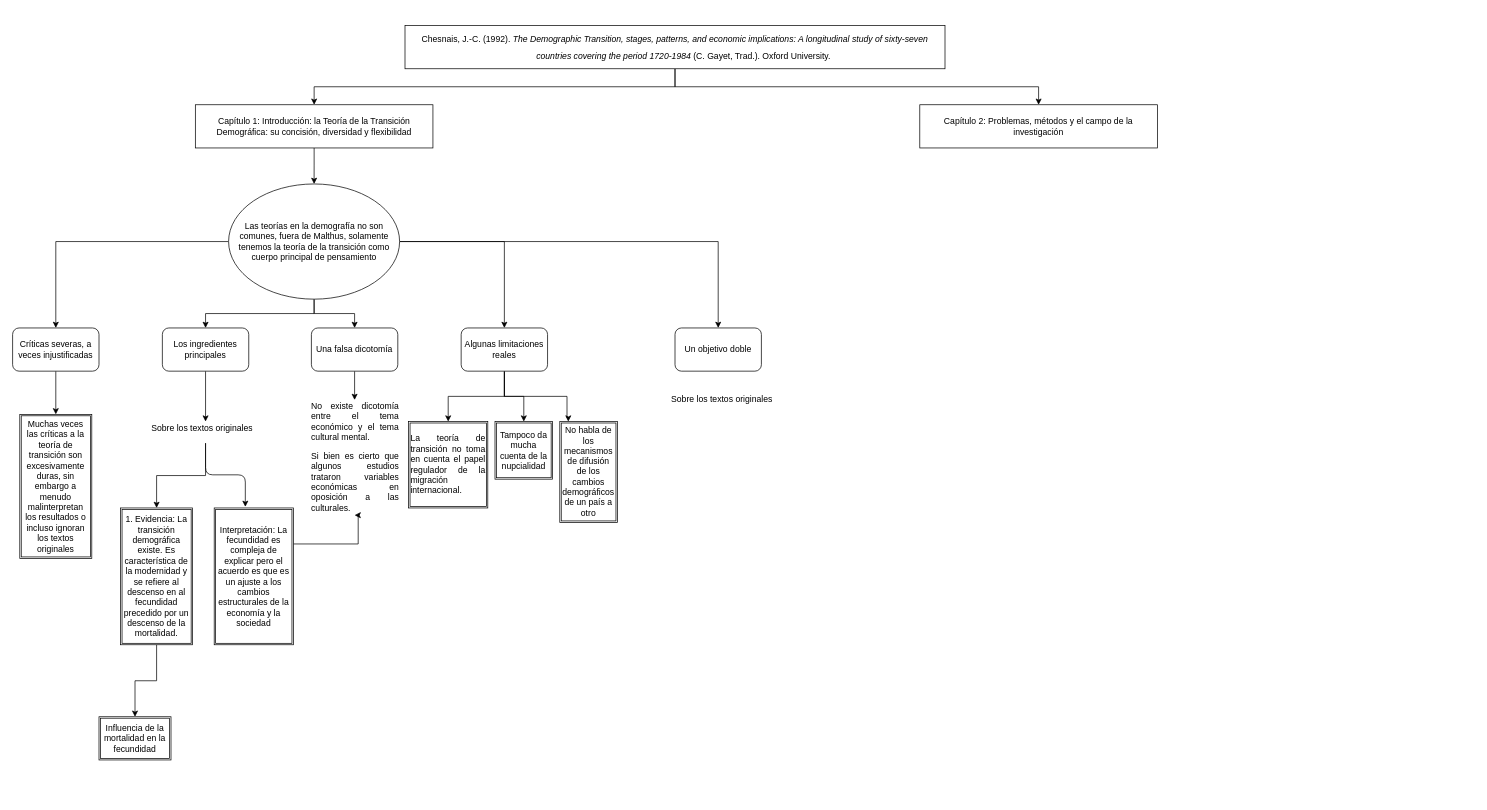
This is Untitled Diagram.drawio from hescalar/drawio, a draw.io file, before an edit. Source tidied: cells renumbered, new cells numbered last; positions are measured from the earlier drawing's top-left corner, leaving out a move shared by most shapes. Both pictures are drawn from the tidied source at 72%, with x=0, y=0 at pixel (12, 25).
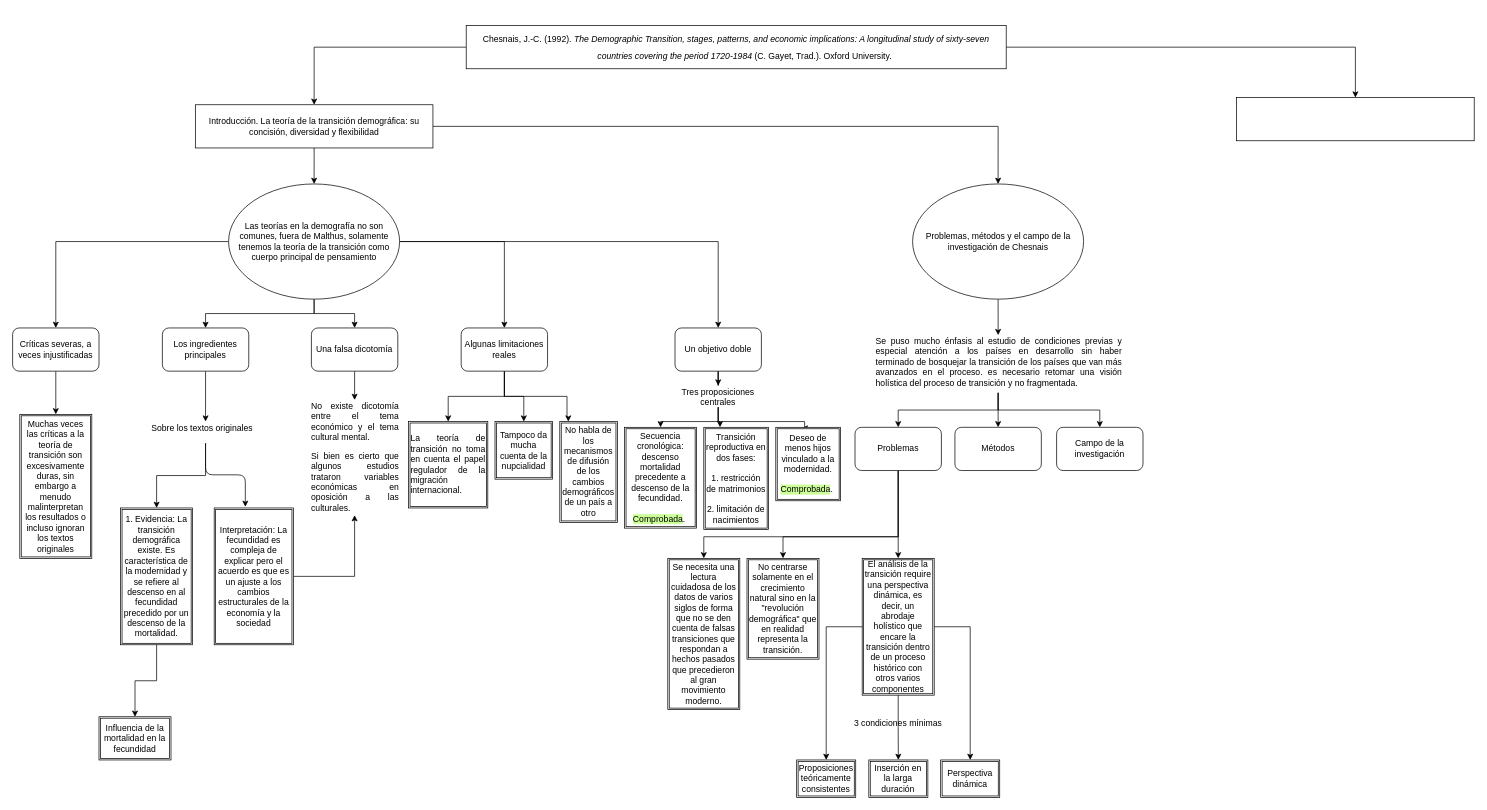
The same page after the edit.

The change refers to these unchanged cells:
```xml
<mxCell id="24" value="Un objetivo doble" style="rounded=1;whiteSpace=wrap;html=1;" parent="1" vertex="1">
  <mxGeometry x="920" y="420" width="120" height="60" as="geometry" />
</mxCell>
<mxCell id="32" value="Interpretación: La fecundidad es compleja de explicar pero el acuerdo es que es un ajuste a los cambios estructurales de la economía y la sociedad" style="shape=ext;double=1;whiteSpace=wrap;html=1;" parent="1" vertex="1">
  <mxGeometry x="280" y="670" width="110" height="190" as="geometry" />
</mxCell>
<mxCell id="34" value="&lt;p style=&quot;text-align: justify&quot;&gt;&lt;span style=&quot;font-size: 12px ; font-weight: normal ; line-height: 70%&quot;&gt;No existe dicotomía entre el tema económico y el tema cultural mental.&lt;/span&gt;&lt;/p&gt;&lt;p style=&quot;text-align: justify&quot;&gt;Si bien es cierto que algunos estudios trataron variables económicas en oposición a las culturales.&lt;/p&gt;&lt;p style=&quot;text-align: justify&quot;&gt;&lt;br&gt;&lt;/p&gt;" style="text;html=1;strokeColor=none;fillColor=none;spacing=5;spacingTop=-20;whiteSpace=wrap;overflow=hidden;rounded=0;" parent="1" vertex="1">
  <mxGeometry x="410" y="520" width="130" height="160" as="geometry" />
</mxCell>
```

What changed in the source:
```diff
@@
     <mxCell id="4" value="&lt;div class=&quot;csl-bib-body&quot; style=&quot;line-height: 2 ; margin-left: 2em ; text-indent: -2em&quot;&gt;&lt;br/&gt;  &lt;div class=&quot;csl-entry&quot;&gt;Chesnais, J.-C. (1992). &lt;i&gt;The Demographic Transition, stages, patterns, and economic implications: A longitudinal study of sixty-seven countries covering the period 1720-1984&lt;/i&gt; (C. Gayet, Trad.). Oxford University.&lt;/div&gt;&lt;br/&gt;  &lt;span class=&quot;Z3988&quot; title=&quot;url_ver=Z39.88-2004&amp;amp;ctx_ver=Z39.88-2004&amp;amp;rfr_id=info%3Asid%2Fzotero.org%3A2&amp;amp;rft_val_fmt=info%3Aofi%2Ffmt%3Akev%3Amtx%3Abook&amp;amp;rft.genre=book&amp;amp;rft.btitle=The%20Demographic%20Transition%2C%20stages%2C%20patterns%2C%20and%20economic%20implications%3A%20a%20longitudinal%20study%20of%20sixty-seven%20countries%20covering%20the%20period%201720-1984&amp;amp;rft.place=Clarendon%2C%20Oxfor&amp;amp;rft.publisher=Oxford%20University&amp;amp;rft.aufirst=Jean-Claude&amp;amp;rft.aulast=Chesnais&amp;amp;rft.au=Jean-Claude%20Chesnais&amp;amp;rft.au=Cecilia%20Gayet&amp;amp;rft.date=1992&amp;amp;rft.tpages=p.%201%20-%2025%20y%20p.%2026%20-%2027%20-%2046&quot;&gt;&lt;/span&gt;&lt;/div&gt;" style="rounded=0;whiteSpace=wrap;html=1;" parent="1" vertex="1">
-      <mxGeometry x="545" width="750" height="60" as="geometry" />
+      <mxGeometry x="630" width="750" height="60" as="geometry" />
     </mxCell>
@@
+    <mxCell id="39" style="edgeStyle=orthogonalEdgeStyle;rounded=0;jettySize=auto;html=1;" parent="1" edge="1" source="6" target="58">
+      <mxGeometry relative="1" as="geometry" />
+    </mxCell>
-    <mxCell id="6" value="Capítulo 1: Introducción: la Teoría de la Transición Demográfica: su concisión, diversidad y flexibilidad" style="rounded=0;whiteSpace=wrap;html=1;" parent="1" vertex="1">
+    <mxCell id="6" value="Introducción. La teoría de la transición demográfica: su concisión, diversidad y flexibilidad" style="rounded=0;whiteSpace=wrap;html=1;" parent="1" vertex="1">
       <mxGeometry x="253.8" y="110" width="330" height="60" as="geometry" />
     </mxCell>
-    <mxCell id="7" value="Capítulo 2: Problemas, métodos y el campo de la investigación" style="rounded=0;whiteSpace=wrap;html=1;" parent="1" vertex="1">
-      <mxGeometry x="1260" y="110" width="330" height="60" as="geometry" />
+    <mxCell id="7" style="rounded=0;whiteSpace=wrap;html=1;" parent="1" vertex="1">
+      <mxGeometry x="1700" y="100" width="330" height="60" as="geometry" />
     </mxCell>
@@
+    <mxCell id="40" style="edgeStyle=orthogonalEdgeStyle;rounded=0;jettySize=auto;html=1;entryX=0.5;entryY=0;entryDx=0;entryDy=0;" parent="1" edge="1" source="24" target="38">
+      <mxGeometry relative="1" as="geometry" />
+    </mxCell>
@@
     <mxCell id="31" style="edgeStyle=orthogonalEdgeStyle;rounded=0;jettySize=auto;html=1;entryX=0.5;entryY=1;entryDx=0;entryDy=0;" parent="1" edge="1" source="32" target="34">
-      <mxGeometry relative="1" as="geometry">
-        <Array as="points">
-          <mxPoint x="480" y="720" />
-        </Array>
-      </mxGeometry>
+      <mxGeometry relative="1" as="geometry" />
     </mxCell>
@@
+    <mxCell id="41" style="edgeStyle=orthogonalEdgeStyle;rounded=0;jettySize=auto;html=1;" parent="1" edge="1" source="38" target="44">
+      <mxGeometry relative="1" as="geometry" />
+    </mxCell>
+    <mxCell id="42" style="edgeStyle=orthogonalEdgeStyle;rounded=0;jettySize=auto;html=1;entryX=0.25;entryY=0;entryDx=0;entryDy=0;" parent="1" edge="1" source="38" target="45">
+      <mxGeometry relative="1" as="geometry" />
+    </mxCell>
+    <mxCell id="43" style="edgeStyle=orthogonalEdgeStyle;rounded=0;jettySize=auto;html=1;entryX=0.4;entryY=0.014;entryDx=0;entryDy=0;entryPerimeter=0;" parent="1" edge="1" source="38" target="46">
+      <mxGeometry relative="1" as="geometry">
+        <Array as="points">
+          <mxPoint x="980" y="550" />
+          <mxPoint x="1100" y="550" />
+        </Array>
+      </mxGeometry>
+    </mxCell>
-    <mxCell id="38" value="&lt;p style=&quot;text-align: justify&quot;&gt;&lt;span style=&quot;font-size: 12px ; font-weight: normal ; line-height: 70%&quot;&gt;Sobre los textos originales&lt;/span&gt;&lt;/p&gt;" style="text;html=1;strokeColor=none;fillColor=none;spacing=5;spacingTop=-20;whiteSpace=wrap;overflow=hidden;rounded=0;" parent="1" vertex="1">
-      <mxGeometry x="910" y="510" width="160" height="30" as="geometry" />
+    <mxCell id="38" value="&lt;p&gt;&lt;span style=&quot;font-size: 12px ; font-weight: normal ; line-height: 70%&quot;&gt;Tres proposiciones centrales&lt;/span&gt;&lt;/p&gt;" style="text;html=1;strokeColor=none;fillColor=none;spacing=5;spacingTop=-20;whiteSpace=wrap;overflow=hidden;rounded=0;align=center;" parent="1" vertex="1">
+      <mxGeometry x="900" y="500" width="160" height="30" as="geometry" />
     </mxCell>
+    <mxCell id="44" value="Secuencia cronológica: descenso mortalidad precedente a descenso de la fecundidad.&lt;br&gt;&lt;br&gt;&lt;span style=&quot;background-color: rgb(204 , 255 , 153)&quot;&gt;Comprobada&lt;/span&gt;.&amp;nbsp;" style="shape=ext;double=1;whiteSpace=wrap;html=1;" parent="1" vertex="1">
+      <mxGeometry x="850" y="558" width="100" height="140" as="geometry" />
+    </mxCell>
+    <mxCell id="45" value="Transición reproductiva en dos fases:&lt;br&gt;&lt;br&gt;&lt;span&gt;1. restricción de matrimonios&lt;br&gt;&lt;/span&gt;&lt;br&gt;&lt;span&gt;2. limitación de nacimientos&lt;/span&gt;" style="shape=ext;double=1;whiteSpace=wrap;html=1;" parent="1" vertex="1">
+      <mxGeometry x="960" y="558" width="90" height="142" as="geometry" />
+    </mxCell>
+    <mxCell id="46" value="Deseo de menos hijos vinculado a la modernidad.&lt;br&gt;&lt;br&gt;&lt;span style=&quot;background-color: rgb(204 , 255 , 153)&quot;&gt;Comprobada&lt;/span&gt;.&amp;nbsp;" style="shape=ext;double=1;whiteSpace=wrap;html=1;" parent="1" vertex="1">
+      <mxGeometry x="1060" y="558" width="90" height="102" as="geometry" />
+    </mxCell>
+    <mxCell id="47" style="edgeStyle=orthogonalEdgeStyle;rounded=0;jettySize=auto;html=1;" parent="1" edge="1" source="50" target="55">
+      <mxGeometry relative="1" as="geometry" />
+    </mxCell>
+    <mxCell id="48" style="edgeStyle=orthogonalEdgeStyle;rounded=0;jettySize=auto;html=1;entryX=0.5;entryY=0;entryDx=0;entryDy=0;" parent="1" edge="1" source="50" target="54">
+      <mxGeometry relative="1" as="geometry" />
+    </mxCell>
+    <mxCell id="49" style="edgeStyle=orthogonalEdgeStyle;rounded=0;jettySize=auto;html=1;entryX=0.5;entryY=0;entryDx=0;entryDy=0;" parent="1" edge="1" source="50" target="56">
+      <mxGeometry relative="1" as="geometry" />
+    </mxCell>
+    <mxCell id="50" value="&lt;p style=&quot;text-align: justify&quot;&gt;&lt;span style=&quot;font-size: 12px ; font-weight: normal ; line-height: 70%&quot;&gt;Se puso mucho énfasis al estudio de condiciones previas y especial atención a los países en desarrollo sin haber terminado de bosquejar la transición de los países que van más avanzados en el proceso. es necesario retomar una visión holística del proceso de transición y no fragmentada.&lt;/span&gt;&lt;/p&gt;" style="text;html=1;strokeColor=none;fillColor=none;spacing=5;spacingTop=-20;whiteSpace=wrap;overflow=hidden;rounded=0;" parent="1" vertex="1">
+      <mxGeometry x="1193.8" y="430" width="350" height="80" as="geometry" />
+    </mxCell>
+    <mxCell id="51" style="edgeStyle=orthogonalEdgeStyle;rounded=0;jettySize=auto;html=1;" parent="1" edge="1" source="54" target="60">
+      <mxGeometry relative="1" as="geometry" />
+    </mxCell>
+    <mxCell id="52" style="edgeStyle=orthogonalEdgeStyle;rounded=0;jettySize=auto;html=1;" parent="1" edge="1" source="54" target="68">
+      <mxGeometry relative="1" as="geometry">
+        <Array as="points">
+          <mxPoint x="1230" y="710" />
+          <mxPoint x="1070" y="710" />
+        </Array>
+      </mxGeometry>
+    </mxCell>
+    <mxCell id="53" style="edgeStyle=orthogonalEdgeStyle;rounded=0;jettySize=auto;html=1;" parent="1" edge="1" source="54" target="69">
+      <mxGeometry relative="1" as="geometry">
+        <Array as="points">
+          <mxPoint x="1230" y="710" />
+          <mxPoint x="960" y="710" />
+        </Array>
+      </mxGeometry>
+    </mxCell>
+    <mxCell id="54" value="Problemas" style="rounded=1;whiteSpace=wrap;html=1;" parent="1" vertex="1">
+      <mxGeometry x="1170" y="558" width="120" height="60" as="geometry" />
+    </mxCell>
+    <mxCell id="55" value="Métodos" style="rounded=1;whiteSpace=wrap;html=1;" parent="1" vertex="1">
+      <mxGeometry x="1308.8" y="558" width="120" height="60" as="geometry" />
+    </mxCell>
+    <mxCell id="56" value="Campo de la investigación" style="rounded=1;whiteSpace=wrap;html=1;" parent="1" vertex="1">
+      <mxGeometry x="1450" y="558" width="120" height="60" as="geometry" />
+    </mxCell>
+    <mxCell id="57" style="edgeStyle=orthogonalEdgeStyle;rounded=0;jettySize=auto;html=1;" parent="1" edge="1" source="58" target="50">
+      <mxGeometry relative="1" as="geometry" />
+    </mxCell>
+    <mxCell id="58" value="Problemas, métodos y el campo de la investigación de Chesnais" style="ellipse;whiteSpace=wrap;html=1;" parent="1" vertex="1">
+      <mxGeometry x="1250" y="220" width="237.5" height="160" as="geometry" />
+    </mxCell>
+    <mxCell id="59" style="group;" parent="1" vertex="1">
+      <mxGeometry x="1089" y="740" width="282" height="332" as="geometry" />
+    </mxCell>
+    <mxCell id="60" value="El análisis de la transición require una perspectiva dinámica, es decir, un abrodaje holístico que encare la transición dentro de un proceso histórico con otros varios componentes" style="shape=ext;double=1;whiteSpace=wrap;html=1;" parent="59" vertex="1">
+      <mxGeometry x="91" width="100" height="190" as="geometry" />
+    </mxCell>
+    <mxCell id="61" value="&lt;p style=&quot;&quot;&gt;&lt;span style=&quot;font-size: 12px ; font-weight: normal ; line-height: 70%&quot;&gt;3 condiciones mínimas&lt;/span&gt;&lt;/p&gt;" style="text;html=1;strokeColor=none;fillColor=none;spacing=5;spacingTop=-20;whiteSpace=wrap;overflow=hidden;rounded=0;align=center;" parent="59" vertex="1">
+      <mxGeometry x="71" y="220" width="140" height="30" as="geometry" />
+    </mxCell>
+    <mxCell id="62" value="Proposiciones teóricamente consistentes" style="shape=ext;double=1;whiteSpace=wrap;html=1;align=center;" parent="59" vertex="1">
+      <mxGeometry y="280" width="82" height="52" as="geometry" />
+    </mxCell>
+    <mxCell id="63" style="edgeStyle=orthogonalEdgeStyle;rounded=0;jettySize=auto;html=1;entryX=0.5;entryY=0;entryDx=0;entryDy=0;" parent="59" edge="1" source="60" target="62">
+      <mxGeometry relative="1" as="geometry" />
+    </mxCell>
+    <mxCell id="64" value="Inserción en la larga duración" style="shape=ext;double=1;whiteSpace=wrap;html=1;align=center;" parent="59" vertex="1">
+      <mxGeometry x="100.2" y="280" width="82" height="52" as="geometry" />
+    </mxCell>
+    <mxCell id="65" style="edgeStyle=orthogonalEdgeStyle;rounded=0;jettySize=auto;html=1;" parent="59" edge="1" source="60" target="64">
+      <mxGeometry relative="1" as="geometry" />
+    </mxCell>
+    <mxCell id="66" value="Perspectiva dinámica" style="shape=ext;double=1;whiteSpace=wrap;html=1;align=center;" parent="59" vertex="1">
+      <mxGeometry x="200" y="280" width="82" height="52" as="geometry" />
+    </mxCell>
+    <mxCell id="67" style="edgeStyle=orthogonalEdgeStyle;rounded=0;jettySize=auto;html=1;" parent="59" edge="1" source="60" target="66">
+      <mxGeometry relative="1" as="geometry" />
+    </mxCell>
+    <mxCell id="68" value="No centrarse solamente en el crecimiento natural sino en la &quot;revolución demográfica&quot; que en realidad representa la transición." style="shape=ext;double=1;whiteSpace=wrap;html=1;align=center;" parent="1" vertex="1">
+      <mxGeometry x="1020" y="740" width="100" height="140" as="geometry" />
+    </mxCell>
+    <mxCell id="69" value="Se necesita una lectura cuidadosa de los datos de varios siglos de forma que no se den cuenta de falsas transiciones que respondan a hechos pasados que precedieron al gran movimiento moderno." style="shape=ext;double=1;whiteSpace=wrap;html=1;align=center;" parent="1" vertex="1">
+      <mxGeometry x="910" y="740" width="100" height="210" as="geometry" />
+    </mxCell>
```
